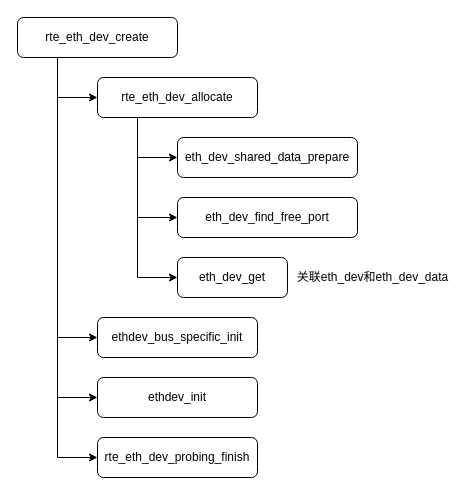
Before: page "ethdev" (6 of 6) of dpdk.drawio in Aspiresky/draw.io, a draw.io diagram. Source tidied: cells renumbered, new cells numbered last; positions are measured from the earlier drawing's top-left corner, leaving out a move shared by most shapes. Both pictures are drawn from the tidied source at 100%, with x=0, y=0 at pixel (17, 17).
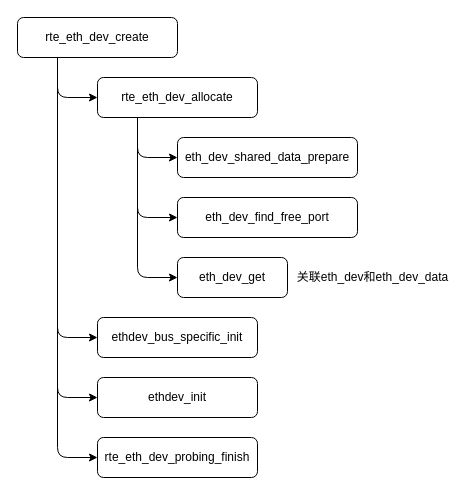
Above is the later version.

Diff of the diagram source:
```diff
@@
 <mxGraphModel>
   <root>
     <mxCell id="0" />
     <mxCell id="1" parent="0" />
-    <mxCell id="2" style="edgeStyle=orthogonalEdgeStyle;rounded=0;jettySize=auto;html=1;exitX=0.25;exitY=1;exitDx=0;exitDy=0;entryX=0;entryY=0.5;entryDx=0;entryDy=0;" parent="1" edge="1" source="6" target="10">
+    <mxCell id="2" style="edgeStyle=orthogonalEdgeStyle;rounded=1;jettySize=auto;html=1;exitX=0.25;exitY=1;exitDx=0;exitDy=0;entryX=0;entryY=0.5;entryDx=0;entryDy=0;" parent="1" edge="1" source="6" target="10">
       <mxGeometry relative="1" as="geometry" />
     </mxCell>
-    <mxCell id="3" style="edgeStyle=orthogonalEdgeStyle;rounded=0;jettySize=auto;html=1;exitX=0.25;exitY=1;exitDx=0;exitDy=0;entryX=0;entryY=0.5;entryDx=0;entryDy=0;" parent="1" edge="1" source="6" target="11">
+    <mxCell id="3" style="edgeStyle=orthogonalEdgeStyle;rounded=1;jettySize=auto;html=1;exitX=0.25;exitY=1;exitDx=0;exitDy=0;entryX=0;entryY=0.5;entryDx=0;entryDy=0;" parent="1" edge="1" source="6" target="11">
       <mxGeometry relative="1" as="geometry" />
     </mxCell>
-    <mxCell id="4" style="edgeStyle=orthogonalEdgeStyle;rounded=0;jettySize=auto;html=1;exitX=0.25;exitY=1;exitDx=0;exitDy=0;entryX=0;entryY=0.5;entryDx=0;entryDy=0;" parent="1" edge="1" source="6" target="12">
+    <mxCell id="4" style="edgeStyle=orthogonalEdgeStyle;rounded=1;jettySize=auto;html=1;exitX=0.25;exitY=1;exitDx=0;exitDy=0;entryX=0;entryY=0.5;entryDx=0;entryDy=0;" parent="1" edge="1" source="6" target="12">
       <mxGeometry relative="1" as="geometry" />
     </mxCell>
-    <mxCell id="5" style="edgeStyle=orthogonalEdgeStyle;rounded=0;jettySize=auto;html=1;exitX=0.25;exitY=1;exitDx=0;exitDy=0;entryX=0;entryY=0.5;entryDx=0;entryDy=0;" parent="1" edge="1" source="6" target="13">
+    <mxCell id="5" style="edgeStyle=orthogonalEdgeStyle;rounded=1;jettySize=auto;html=1;exitX=0.25;exitY=1;exitDx=0;exitDy=0;entryX=0;entryY=0.5;entryDx=0;entryDy=0;curved=0;" parent="1" edge="1" source="6" target="13">
       <mxGeometry relative="1" as="geometry" />
     </mxCell>
     <mxCell id="6" value="rte_eth_dev_create" style="rounded=1;whiteSpace=wrap;html=1;" parent="1" vertex="1">
       <mxGeometry width="160" height="40" as="geometry" />
     </mxCell>
-    <mxCell id="7" style="edgeStyle=orthogonalEdgeStyle;rounded=0;jettySize=auto;html=1;exitX=0.25;exitY=1;exitDx=0;exitDy=0;entryX=0;entryY=0.5;entryDx=0;entryDy=0;" parent="1" edge="1" source="10" target="14">
+    <mxCell id="7" style="edgeStyle=orthogonalEdgeStyle;rounded=1;jettySize=auto;html=1;exitX=0.25;exitY=1;exitDx=0;exitDy=0;entryX=0;entryY=0.5;entryDx=0;entryDy=0;" parent="1" edge="1" source="10" target="14">
       <mxGeometry relative="1" as="geometry" />
     </mxCell>
-    <mxCell id="8" style="edgeStyle=orthogonalEdgeStyle;rounded=0;jettySize=auto;html=1;exitX=0.25;exitY=1;exitDx=0;exitDy=0;entryX=0;entryY=0.5;entryDx=0;entryDy=0;" parent="1" edge="1" source="10" target="15">
+    <mxCell id="8" style="edgeStyle=orthogonalEdgeStyle;rounded=1;jettySize=auto;html=1;exitX=0.25;exitY=1;exitDx=0;exitDy=0;entryX=0;entryY=0.5;entryDx=0;entryDy=0;" parent="1" edge="1" source="10" target="15">
       <mxGeometry relative="1" as="geometry" />
     </mxCell>
-    <mxCell id="9" style="edgeStyle=orthogonalEdgeStyle;rounded=0;jettySize=auto;html=1;exitX=0.25;exitY=1;exitDx=0;exitDy=0;entryX=0;entryY=0.5;entryDx=0;entryDy=0;" parent="1" edge="1" source="10" target="16">
+    <mxCell id="9" style="edgeStyle=orthogonalEdgeStyle;rounded=1;jettySize=auto;html=1;exitX=0.25;exitY=1;exitDx=0;exitDy=0;entryX=0;entryY=0.5;entryDx=0;entryDy=0;" parent="1" edge="1" source="10" target="16">
       <mxGeometry relative="1" as="geometry" />
     </mxCell>
     <mxCell id="10" value="rte_eth_dev_allocate" style="rounded=1;whiteSpace=wrap;html=1;" parent="1" vertex="1">
       <mxGeometry x="80" y="60" width="160" height="40" as="geometry" />
     </mxCell>
     <mxCell id="11" value="ethdev_bus_specific_init" style="rounded=1;whiteSpace=wrap;html=1;" parent="1" vertex="1">
       <mxGeometry x="80" y="300" width="160" height="40" as="geometry" />
     </mxCell>
     <mxCell id="12" value="ethdev_init" style="rounded=1;whiteSpace=wrap;html=1;" parent="1" vertex="1">
       <mxGeometry x="80" y="360" width="160" height="40" as="geometry" />
     </mxCell>
     <mxCell id="13" value="rte_eth_dev_probing_finish" style="rounded=1;whiteSpace=wrap;html=1;" parent="1" vertex="1">
       <mxGeometry x="80" y="420" width="160" height="40" as="geometry" />
     </mxCell>
     <mxCell id="14" value="eth_dev_shared_data_prepare" style="rounded=1;whiteSpace=wrap;html=1;" parent="1" vertex="1">
       <mxGeometry x="160" y="120" width="180" height="40" as="geometry" />
     </mxCell>
     <mxCell id="15" value="eth_dev_find_free_port" style="rounded=1;whiteSpace=wrap;html=1;" parent="1" vertex="1">
       <mxGeometry x="160" y="180" width="180" height="40" as="geometry" />
     </mxCell>
     <mxCell id="16" value="eth_dev_get" style="rounded=1;whiteSpace=wrap;html=1;" parent="1" vertex="1">
       <mxGeometry x="160" y="240" width="110" height="40" as="geometry" />
     </mxCell>
     <mxCell id="17" value="关联eth_dev和eth_dev_data" style="text;html=1;align=center;verticalAlign=middle;strokeColor=none;fillColor=none;" parent="1" vertex="1">
       <mxGeometry x="270" y="245" width="170" height="30" as="geometry" />
     </mxCell>
   </root>
 </mxGraphModel>
```
